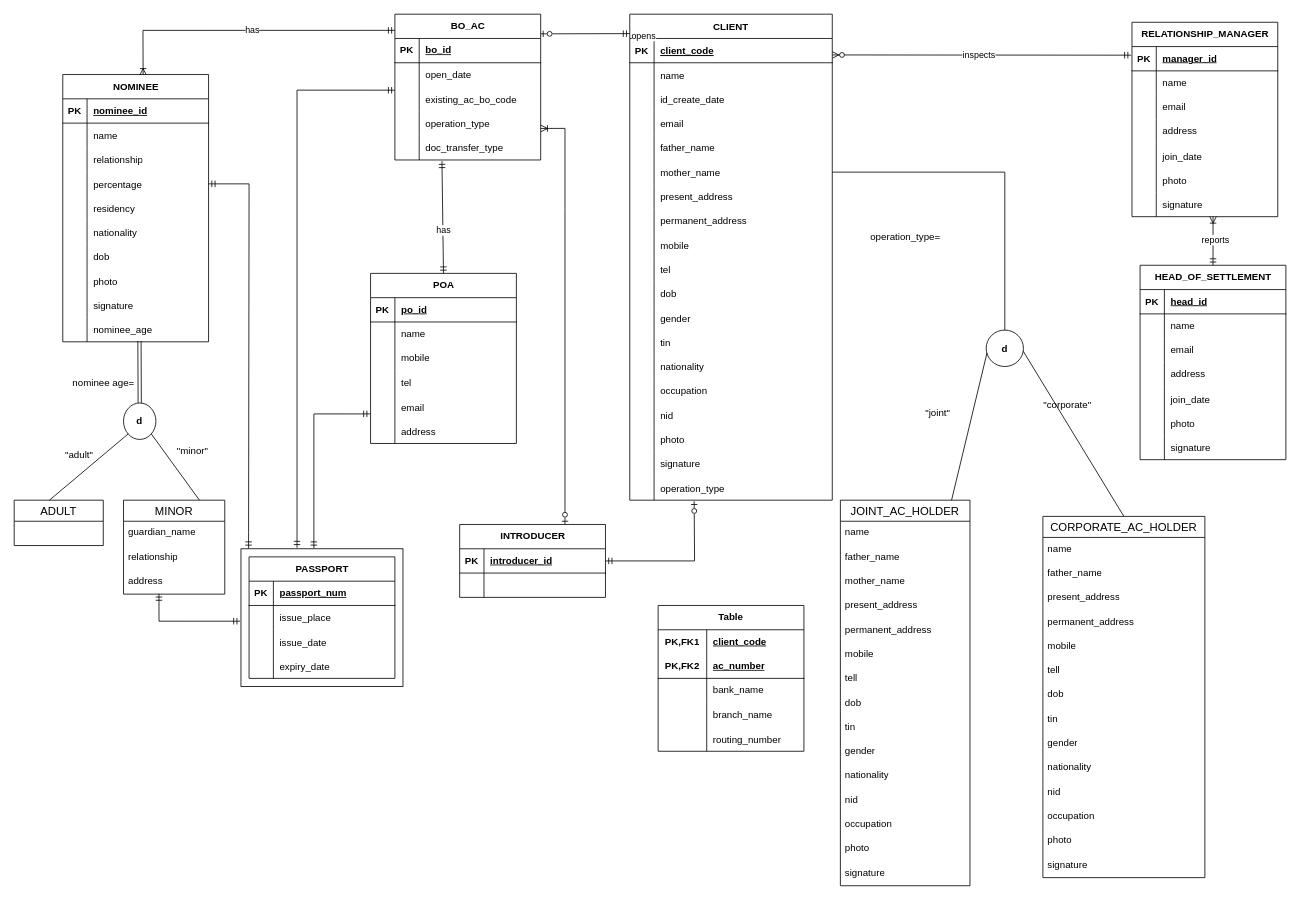
MohaiminAlif/LankabanglaUniProject keeps this draw.io diagram as report/ERD.drawio. Above is the earlier version. Source tidied: cells renumbered, new cells numbered last; positions are measured from the earlier drawing's top-left corner, leaving out a move shared by most shapes. Both pictures are drawn from the tidied source at 81%, with x=0, y=0 at pixel (14, 14).
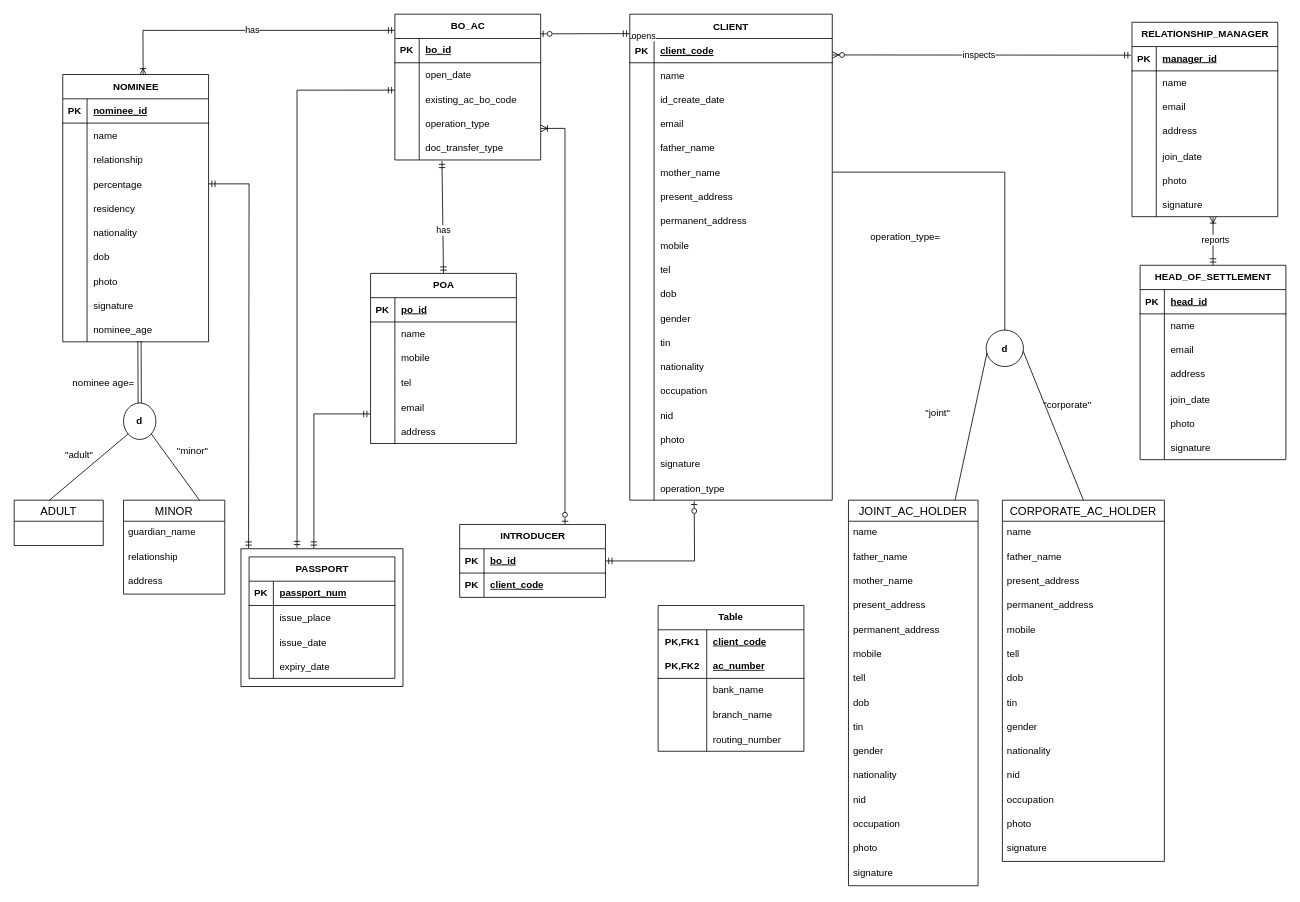
Above is the later version.

The change refers to these unchanged cells:
```xml
<mxCell id="90" style="shape=tableRow;horizontal=0;startSize=0;swimlaneHead=0;swimlaneBody=0;fillColor=none;points=[[0,0.5],[1,0.5]];portConstraint=eastwest;top=0;left=0;right=0;bottom=0;" parent="80" vertex="1">
  <mxGeometry y="120" width="180" height="30" as="geometry" />
</mxCell>
<mxCell id="117" value="address" style="text;strokeColor=none;fillColor=none;spacingLeft=4;spacingRight=4;overflow=hidden;points=[[0,0.5],[1,0.5]];portConstraint=eastwest;fontSize=12;whiteSpace=wrap;html=1;" parent="114" vertex="1">
  <mxGeometry y="86" width="125" height="30" as="geometry" />
</mxCell>
<mxCell id="248" style="shape=tableRow;horizontal=0;startSize=0;swimlaneHead=0;swimlaneBody=0;fillColor=none;points=[[0,0.5],[1,0.5]];portConstraint=eastwest;top=0;left=0;right=0;bottom=1;" parent="247" vertex="1">
  <mxGeometry y="30" width="180" height="30" as="geometry" />
</mxCell>
<mxCell id="251" style="shape=tableRow;horizontal=0;startSize=0;swimlaneHead=0;swimlaneBody=0;fillColor=none;top=0;left=0;right=0;bottom=0;" parent="247" vertex="1">
  <mxGeometry y="60" width="180" height="30" as="geometry" />
</mxCell>
<mxCell id="270" style="rounded=0;whiteSpace=wrap;html=1;fillColor=none;" parent="1" vertex="1">
  <mxGeometry x="280" y="660" width="200" height="170" as="geometry" />
</mxCell>
```

Diff of the diagram source:
```diff
@@
     <mxCell id="64" value="JOINT_AC_HOLDER" style="swimlane;fontStyle=0;horizontal=1;startSize=26;align=center;fontSize=14;" parent="1" vertex="1">
-      <mxGeometry x="1020" y="600" width="160" height="476" as="geometry" />
+      <mxGeometry x="1030" y="600" width="160" height="476" as="geometry" />
     </mxCell>
@@
     <mxCell id="222" style="edgeStyle=orthogonalEdgeStyle;fontSize=12;html=1;endArrow=ERmandOne;startArrow=ERmandOne;rounded=0;entryX=1;entryY=0.5;entryDx=0;entryDy=0;exitX=0.047;exitY=-0.003;exitDx=0;exitDy=0;exitPerimeter=0;" parent="1" edge="1" source="270" target="90">
       <mxGeometry relative="1" as="geometry">
         <Array as="points">
           <mxPoint x="289" y="640" />
-          <mxPoint x="290" y="640" />
-          <mxPoint x="290" y="209" />
+          <mxPoint x="290" y="210" />
         </Array>
       </mxGeometry>
     </mxCell>
-    <mxCell id="223" style="edgeStyle=orthogonalEdgeStyle;fontSize=12;html=1;endArrow=ERmandOne;startArrow=ERmandOne;rounded=0;entryX=0.35;entryY=0.986;entryDx=0;entryDy=0;entryPerimeter=0;exitX=-0.005;exitY=0.526;exitDx=0;exitDy=0;exitPerimeter=0;" parent="1" edge="1" source="270" target="117">
-      <mxGeometry relative="1" as="geometry">
-        <Array as="points">
-          <mxPoint x="179" y="749" />
-        </Array>
-      </mxGeometry>
-    </mxCell>
@@
     <mxCell id="225" value="CORPORATE_AC_HOLDER" style="swimlane;fontStyle=0;horizontal=1;startSize=26;align=center;fontSize=14;" parent="1" vertex="1">
-      <mxGeometry x="1270" y="620" width="200" height="446" as="geometry" />
+      <mxGeometry x="1220" y="600" width="200" height="446" as="geometry" />
     </mxCell>
@@
-    <mxCell id="250" value="introducer_id" style="shape=partialRectangle;fillColor=none;top=0;left=0;bottom=0;right=0;align=left;spacingLeft=6;fontStyle=5;overflow=hidden;whiteSpace=wrap;html=1;" parent="248" vertex="1">
+    <mxCell id="250" value="bo_id" style="shape=partialRectangle;fillColor=none;top=0;left=0;bottom=0;right=0;align=left;spacingLeft=6;fontStyle=5;overflow=hidden;whiteSpace=wrap;html=1;" parent="248" vertex="1">
       <mxGeometry x="30" width="150" height="30" as="geometry" />
     </mxCell>
@@
-    <mxCell id="252" style="shape=partialRectangle;fillColor=none;top=0;left=0;bottom=0;right=0;overflow=hidden;whiteSpace=wrap;html=1;" parent="251" vertex="1">
+    <mxCell id="252" value="&lt;b&gt;PK&lt;/b&gt;" style="shape=partialRectangle;fillColor=none;top=0;left=0;bottom=0;right=0;overflow=hidden;whiteSpace=wrap;html=1;" parent="251" vertex="1">
       <mxGeometry width="30" height="30" as="geometry" />
     </mxCell>
-    <mxCell id="253" style="shape=partialRectangle;fillColor=none;top=0;left=0;bottom=0;right=0;align=left;spacingLeft=6;overflow=hidden;whiteSpace=wrap;html=1;" parent="251" vertex="1">
+    <mxCell id="253" value="&lt;b&gt;&lt;u&gt;client_code&lt;/u&gt;&lt;/b&gt;" style="shape=partialRectangle;fillColor=none;top=0;left=0;bottom=0;right=0;align=left;spacingLeft=6;overflow=hidden;whiteSpace=wrap;html=1;" parent="251" vertex="1">
       <mxGeometry x="30" width="150" height="30" as="geometry" />
     </mxCell>
```
